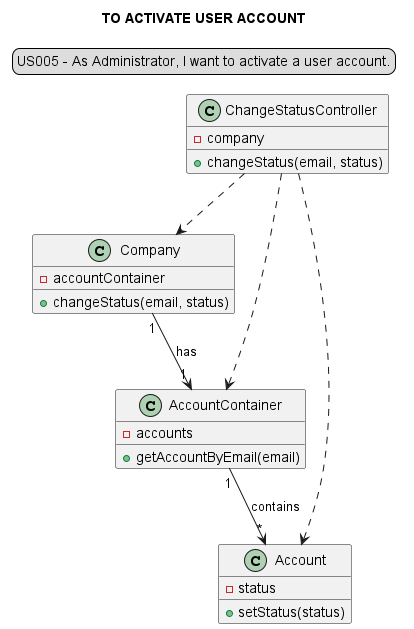
This is docs/modelling_design/user_stories/sprint01/us006/US006_classDiagram-TO_ACTIVATE_USER_ACCOUNT.png from Loracline/project_switch_22-23, a PlantUML export, as it was before one commit.
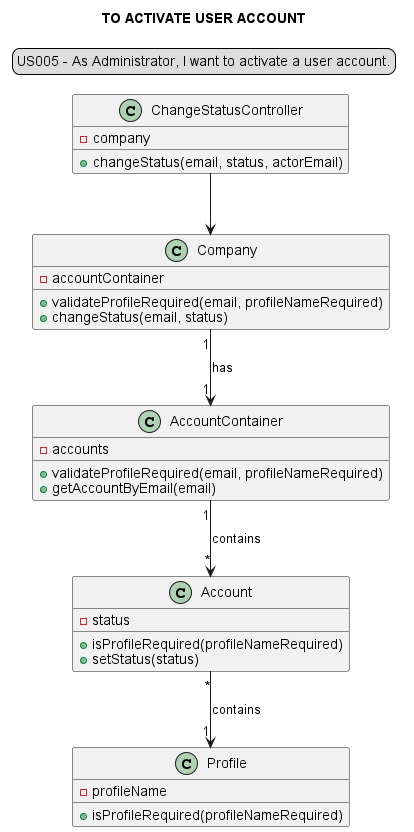
After the commit.

Diff of the diagram source:
```diff
@@ -6,30 +6,38 @@
 skinparam sequenceMessageAlign center
 title TO ACTIVATE USER ACCOUNT
 
-"ChangeStatusController"  ..> "Company"
-"ChangeStatusController" ..> "AccountContainer"
-"ChangeStatusController" ..> "Account"
-"Company" "1"-->"1" "AccountContainer": has
-"AccountContainer" "1"-->"*" "Account": contains
-
 class "ChangeStatusController" {
 -company
-+changeStatus(email, status)
++changeStatus(email, status, actorEmail)
 }
 
 class "Company" {
 -accountContainer
++validateProfileRequired(email, profileNameRequired)
 +changeStatus(email, status)
 }
 
 class "AccountContainer" {
 -accounts
++validateProfileRequired(email, profileNameRequired)
 +getAccountByEmail(email)
 }
 
 class "Account" {
 -status
-+setStatus(status)
++ isProfileRequired(profileNameRequired)
++ setStatus(status)
+}
+class "Profile"{
+-profileName
++isProfileRequired(profileNameRequired)
 }
 
+
+"ChangeStatusController" --> "Company"
+"Company" "1"-->"1" "AccountContainer": has
+"AccountContainer" "1"-->"*" "Account": contains
+"Account" "*"--> "1""Profile": contains
+
+
 @enduml
```
